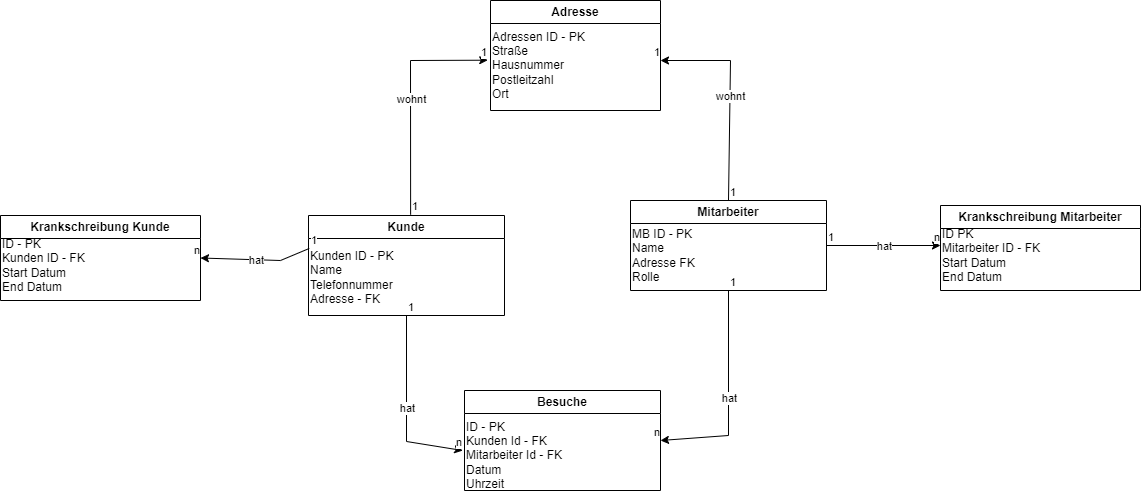
Before: ER-Model.png, a diagram exported from draw.io (Chunk3r/SWE-Praktikum-23). Source tidied: cells renumbered, new cells last; positions are measured from the earlier drawing's top-left corner, leaving out a move shared by most shapes.
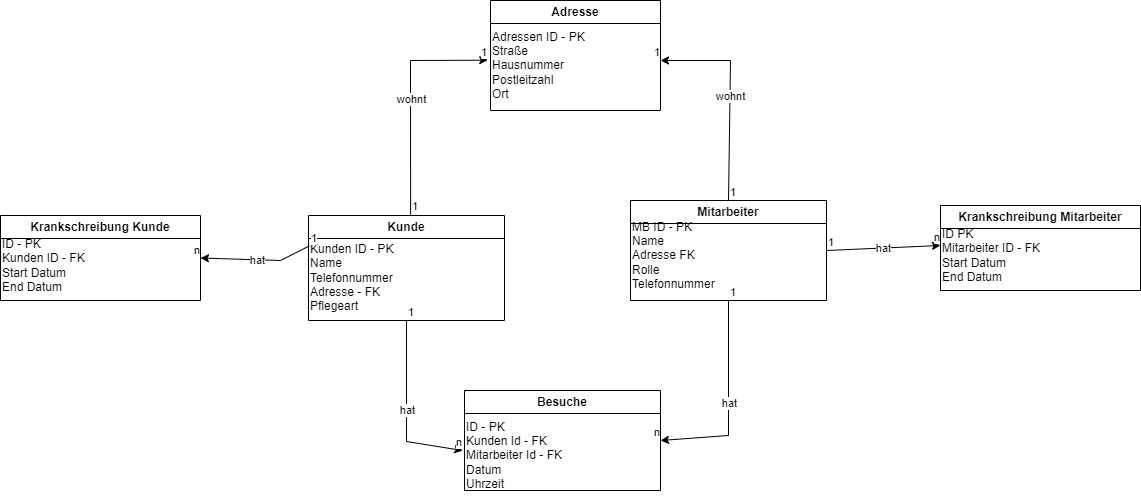
After the commit.

What changed in the source:
```diff
@@ -3,16 +3,16 @@
     <mxCell id="0" />
     <mxCell id="1" parent="0" />
     <mxCell id="2" value="Kunde" style="swimlane;whiteSpace=wrap;html=1;" parent="1" vertex="1">
-      <mxGeometry x="308" y="215" width="196" height="100" as="geometry" />
+      <mxGeometry x="308" y="215" width="196" height="105" as="geometry" />
     </mxCell>
-    <mxCell id="3" value="&lt;br&gt;Kunden ID - PK&lt;br&gt;Name&lt;br&gt;&lt;div style=&quot;&quot;&gt;&lt;span style=&quot;background-color: initial;&quot;&gt;Telefonnummer&lt;/span&gt;&lt;/div&gt;&lt;div style=&quot;&quot;&gt;Adresse - FK&lt;/div&gt;" style="text;html=1;align=left;verticalAlign=middle;points=[];strokeColor=none;fillColor=none;" parent="2" vertex="1">
-      <mxGeometry y="10" width="110" height="90" as="geometry" />
+    <mxCell id="3" value="&lt;br&gt;Kunden ID - PK&lt;br&gt;Name&lt;br&gt;&lt;div style=&quot;&quot;&gt;&lt;span style=&quot;background-color: initial;&quot;&gt;Telefonnummer&lt;/span&gt;&lt;/div&gt;&lt;div style=&quot;&quot;&gt;Adresse - FK&lt;/div&gt;&lt;div style=&quot;&quot;&gt;Pflegeart&lt;/div&gt;" style="text;html=1;align=left;verticalAlign=middle;points=[];strokeColor=none;fillColor=none;" parent="2" vertex="1">
+      <mxGeometry y="5" width="110" height="100" as="geometry" />
     </mxCell>
     <mxCell id="4" value="Mitarbeiter" style="swimlane;whiteSpace=wrap;html=1;" parent="1" vertex="1">
-      <mxGeometry x="630" y="200" width="196" height="90" as="geometry" />
+      <mxGeometry x="630" y="200" width="196" height="100" as="geometry" />
     </mxCell>
-    <mxCell id="5" value="MB ID - PK&lt;br&gt;Name&lt;br&gt;Adresse FK&lt;br&gt;Rolle&amp;nbsp;" style="text;html=1;align=left;verticalAlign=middle;strokeColor=none;fillColor=none;" parent="4" vertex="1">
-      <mxGeometry y="20" width="90" height="70" as="geometry" />
+    <mxCell id="5" value="MB ID - PK&lt;br&gt;Name&lt;br&gt;Adresse FK&lt;br&gt;Rolle&amp;nbsp;&lt;br&gt;Telefonnummer" style="text;html=1;align=left;verticalAlign=middle;strokeColor=none;fillColor=none;" parent="4" vertex="1">
+      <mxGeometry y="10" width="110" height="90" as="geometry" />
     </mxCell>
     <mxCell id="6" value="Besuche" style="swimlane;whiteSpace=wrap;html=1;" parent="1" vertex="1">
       <mxGeometry x="464" y="390" width="196" height="100" as="geometry" />
```
